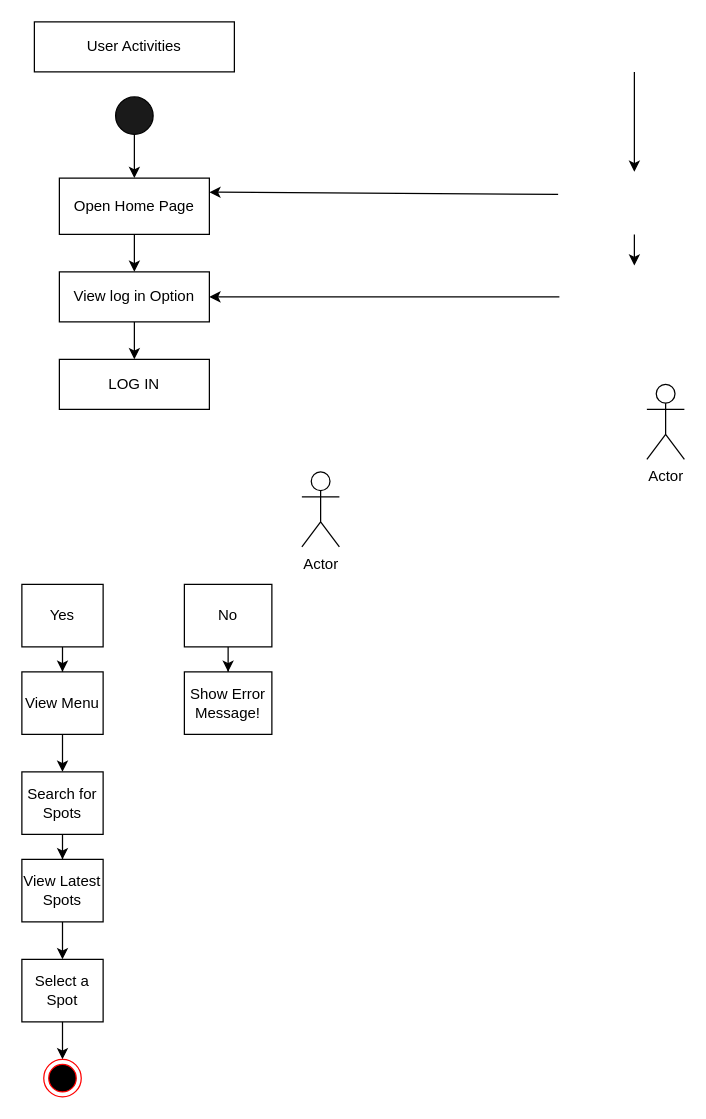
This is UseCases/Active Diagram.drawio from sarahelhnbaly/IDiscovery, a draw.io file, before an edit. Source tidied: cells renumbered, new cells numbered last; positions are measured from the earlier drawing's top-left corner, leaving out a move shared by most shapes. Both pictures are drawn from the tidied source at 125%, with x=0, y=0 at pixel (21, 21).
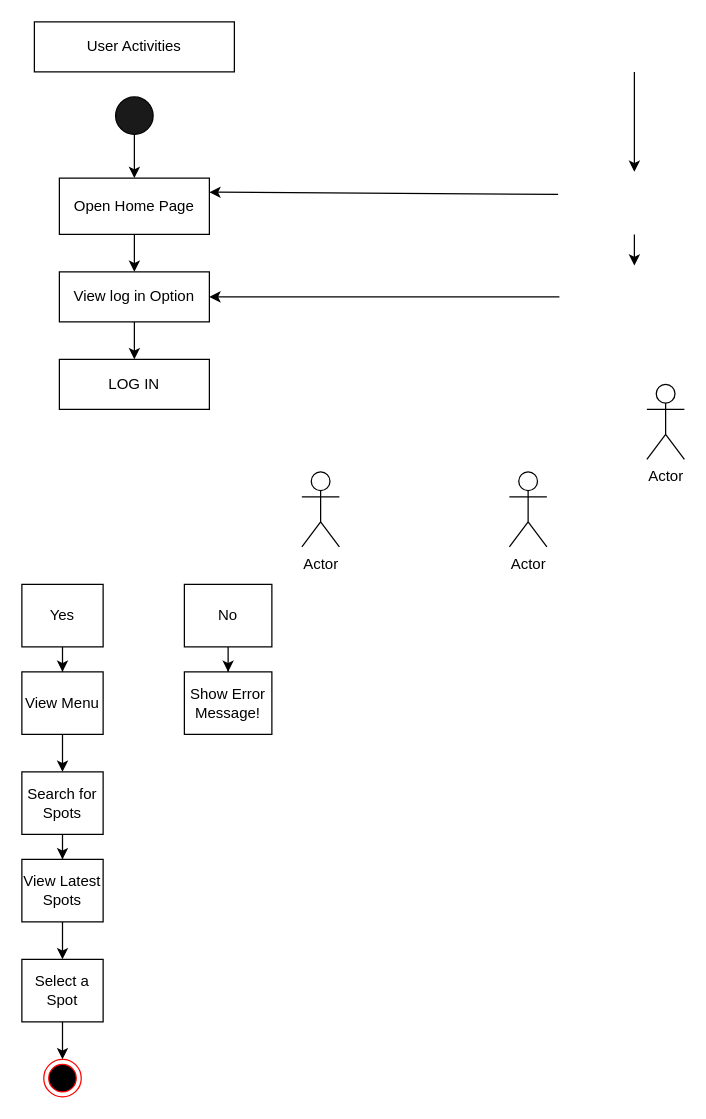
After the change.

Diff of the diagram source:
```diff
@@
+    <mxCell id="32" value="Actor" style="shape=umlActor;verticalLabelPosition=bottom;verticalAlign=top;html=1;" parent="1" vertex="1">
+      <mxGeometry x="390" y="360" width="30" height="60" as="geometry" />
+    </mxCell>
```
